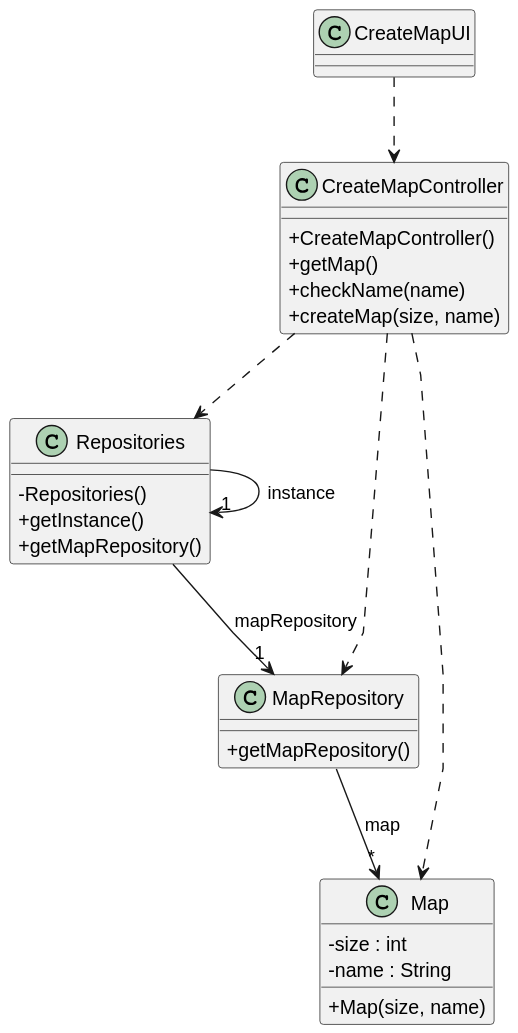
Above: docsFinais/US001/03.design/svg/US001-CD.svg in 1240935/pi2-railway-simulator (PlantUML), before the change.
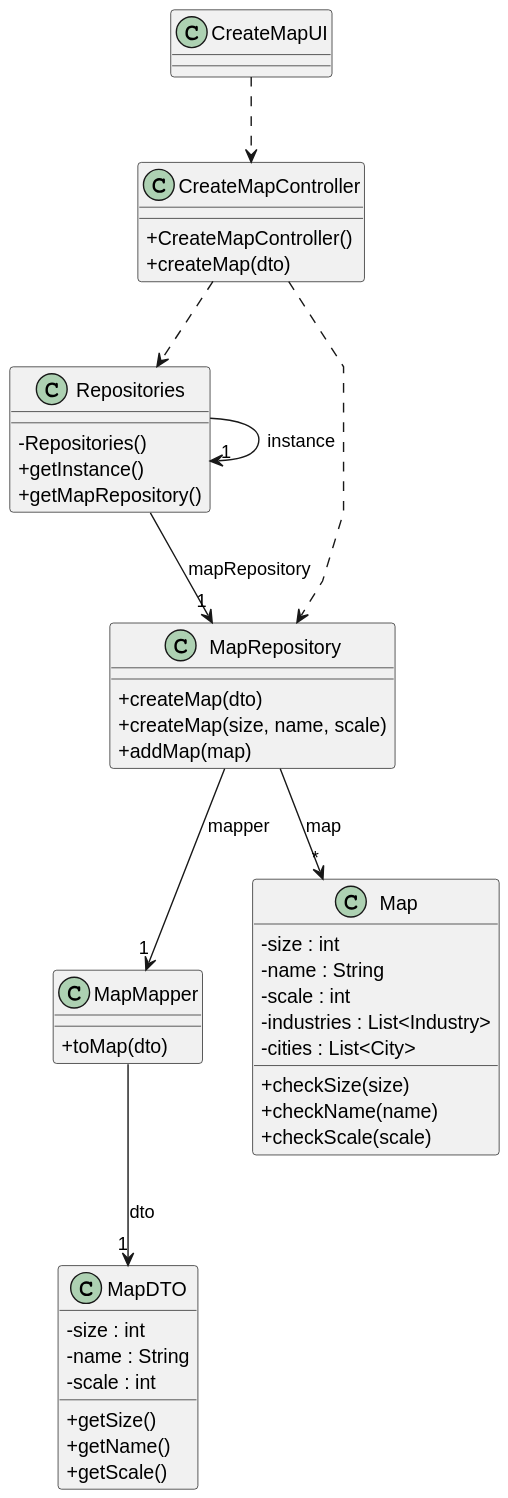
Above is the later version.

Change to the diagram source:
```diff
@@ -13,13 +13,26 @@
 
 class CreateMapController {
   +CreateMapController()
-  +getMap()
-  +checkName(name)
-  +createMap(size, name)
+  +createMap(dto)
+}
+
+class MapDTO {
+    - size : int
+    - name : String
+    - scale : int
+    + getSize()
+    + getName()
+    + getScale()
+}
+
+class MapMapper {
+    + toMap(dto)
 }
 
 class MapRepository {
-   +getMapRepository()
+    + createMap(dto)
+    + createMap(size, name, scale)
+    + addMap(map)
 }
 
 class Repositories {
@@ -31,15 +44,21 @@
 class Map {
   - size : int
   - name : String
-  + Map(size, name)
-
+  - scale : int
+  - industries : List<Industry>
+  - cities : List<City>
+  + checkSize(size)
+  + checkName(name)
+  + checkScale(scale)
 }
 
 CreateMapUI ..> CreateMapController
+
+CreateMapController ..> MapRepository
 CreateMapController ..> Repositories
-CreateMapController ..> MapRepository
-CreateMapController ..> Map
-MapRepository --> "*" Map : map
+MapMapper --> "1" MapDTO: dto
+MapRepository --> "1" MapMapper: mapper
+MapRepository --> "*" Map: map
 Repositories --> "1" MapRepository : mapRepository
 Repositories -> "1" Repositories : instance
 @enduml
```
